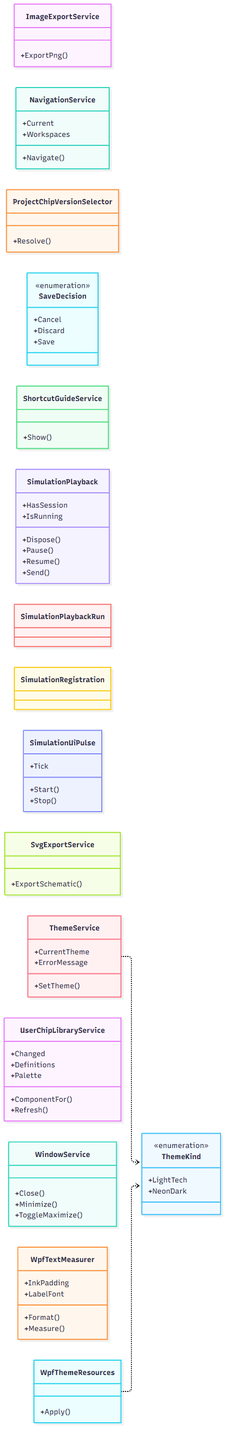
Ismail-DEV-dg/3D-physical-Technical-constructor keeps this Mermaid diagram as docs/uml/images/support-app-03.png. Above is the earlier version. Its source is kept beside it as docs/uml/generated/support-app-03.mmd.
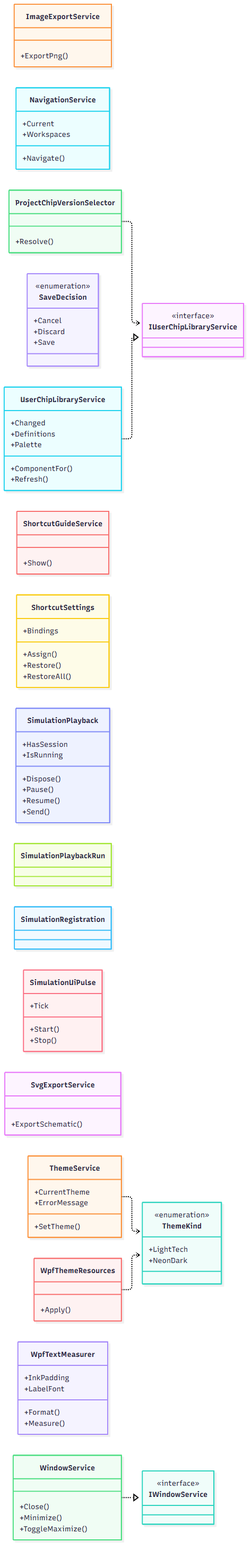
The same file after the commit.

Change to the diagram source:
```diff
@@ -1,59 +1,71 @@
 classDiagram
     direction LR
-    class T01["ImageExportService"]
-    T01 : +ExportPng()
-    class T02["NavigationService"]
-    T02 : +Current
-    T02 : +Navigate()
-    T02 : +Workspaces
-    class T03["ProjectChipVersionSelector"]
-    T03 : +Resolve()
-    class T04["SaveDecision"]
-    <<enumeration>> T04
-    T04 : +Cancel
-    T04 : +Discard
-    T04 : +Save
-    class T05["ShortcutGuideService"]
-    T05 : +Show()
-    class T06["SimulationPlayback"]
-    T06 : +Dispose()
-    T06 : +HasSession
-    T06 : +IsRunning
-    T06 : +Pause()
-    T06 : +Resume()
-    T06 : +Send()
-    class T07["SimulationPlaybackRun"]
-    class T08["SimulationRegistration"]
-    class T09["SimulationUiPulse"]
-    T09 : +Start()
-    T09 : +Stop()
-    T09 : +Tick
-    class T10["SvgExportService"]
-    T10 : +ExportSchematic()
-    class T11["ThemeKind"]
-    <<enumeration>> T11
-    T11 : +LightTech
-    T11 : +NeonDark
-    class T12["ThemeService"]
-    T12 : +CurrentTheme
-    T12 : +ErrorMessage
-    T12 : +SetTheme()
-    class T13["UserChipLibraryService"]
-    T13 : +Changed
-    T13 : +ComponentFor()
-    T13 : +Definitions
-    T13 : +Palette
-    T13 : +Refresh()
-    class T14["WindowService"]
-    T14 : +Close()
-    T14 : +Minimize()
-    T14 : +ToggleMaximize()
-    class T15["WpfTextMeasurer"]
-    T15 : +Format()
-    T15 : +InkPadding
-    T15 : +LabelFont
-    T15 : +Measure()
-    class T16["WpfThemeResources"]
-    T16 : +Apply()
-    T12 ..> T11
-    T16 ..> T11
+    class T01["IUserChipLibraryService"]
+    <<interface>> T01
+    class T02["IWindowService"]
+    <<interface>> T02
+    class T03["ImageExportService"]
+    T03 : +ExportPng()
+    class T04["NavigationService"]
+    T04 : +Current
+    T04 : +Navigate()
+    T04 : +Workspaces
+    class T05["ProjectChipVersionSelector"]
+    T05 : +Resolve()
+    class T06["SaveDecision"]
+    <<enumeration>> T06
+    T06 : +Cancel
+    T06 : +Discard
+    T06 : +Save
+    class T07["ShortcutGuideService"]
+    T07 : +Show()
+    class T08["ShortcutSettings"]
+    T08 : +Assign()
+    T08 : +Bindings
+    T08 : +Restore()
+    T08 : +RestoreAll()
+    class T09["SimulationPlayback"]
+    T09 : +Dispose()
+    T09 : +HasSession
+    T09 : +IsRunning
+    T09 : +Pause()
+    T09 : +Resume()
+    T09 : +Send()
+    class T10["SimulationPlaybackRun"]
+    class T11["SimulationRegistration"]
+    class T12["SimulationUiPulse"]
+    T12 : +Start()
+    T12 : +Stop()
+    T12 : +Tick
+    class T13["SvgExportService"]
+    T13 : +ExportSchematic()
+    class T14["ThemeKind"]
+    <<enumeration>> T14
+    T14 : +LightTech
+    T14 : +NeonDark
+    class T15["ThemeService"]
+    T15 : +CurrentTheme
+    T15 : +ErrorMessage
+    T15 : +SetTheme()
+    class T16["UserChipLibraryService"]
+    T16 : +Changed
+    T16 : +ComponentFor()
+    T16 : +Definitions
+    T16 : +Palette
+    T16 : +Refresh()
+    class T17["WindowService"]
+    T17 : +Close()
+    T17 : +Minimize()
+    T17 : +ToggleMaximize()
+    class T18["WpfTextMeasurer"]
+    T18 : +Format()
+    T18 : +InkPadding
+    T18 : +LabelFont
+    T18 : +Measure()
+    class T19["WpfThemeResources"]
+    T19 : +Apply()
+    T05 ..> T01
+    T15 ..> T14
+    T16 ..|> T01
+    T17 ..|> T02
+    T19 ..> T14
```
